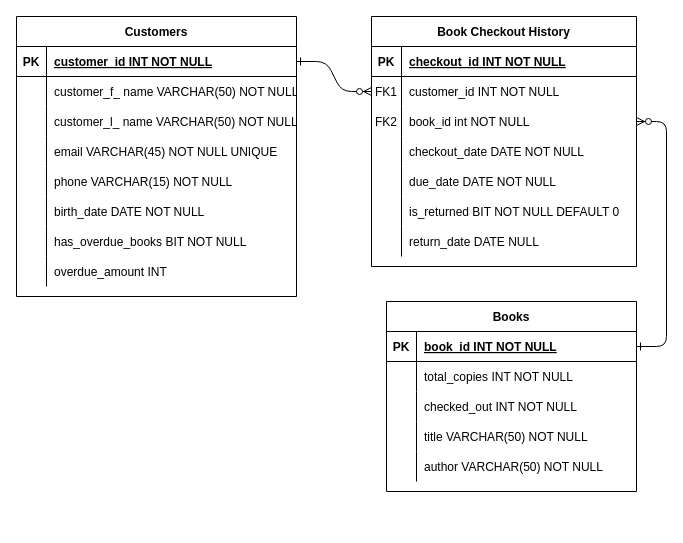
Before: ITSE2333SU25M5MA.drawio in BubbliBlu/projects, a draw.io diagram. Source tidied: cells renumbered, new cells numbered last; positions are measured from the earlier drawing's top-left corner, leaving out a move shared by most shapes. Both pictures are drawn from the tidied source at 100%, with x=0, y=0 at pixel (16, 16).
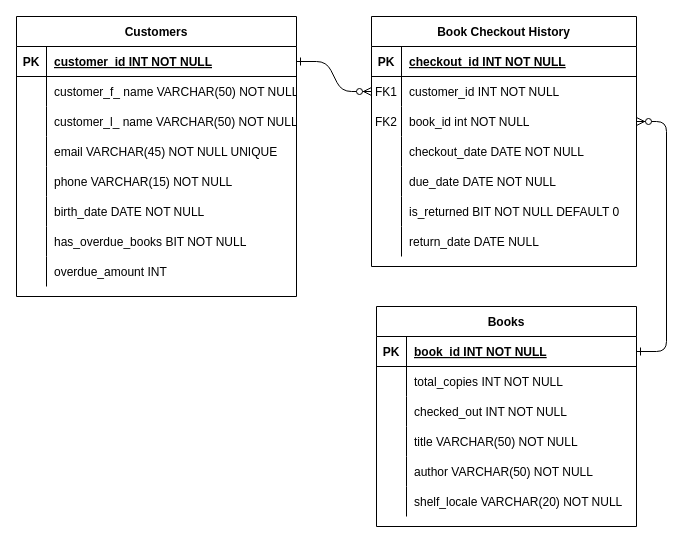
The same page after the edit.

The edit, as a diff of the source:
```diff
@@
     <mxCell id="51" value="Books" style="shape=table;startSize=30;childLayout=tableLayout;rowLines=0;fontStyle=1;align=center;" parent="1" vertex="1">
-      <mxGeometry x="370" y="285" width="250" height="190" as="geometry" />
+      <mxGeometry x="360" y="290" width="260" height="220" as="geometry" />
     </mxCell>
     <mxCell id="52" style="shape=partialRectangle;fillColor=none;points=[[0,0.5],[1,0.5]];portConstraint=eastwest;top=0;left=0;right=0;bottom=1;" parent="51" vertex="1">
-      <mxGeometry y="30" width="250" height="30" as="geometry" />
+      <mxGeometry y="30" width="260" height="30" as="geometry" />
     </mxCell>
@@
     <mxCell id="54" value="book_id INT NOT NULL " style="shape=partialRectangle;overflow=hidden;fillColor=none;top=0;left=0;bottom=0;right=0;align=left;spacingLeft=6;fontStyle=5;" parent="52" vertex="1">
-      <mxGeometry x="30" width="220" height="30" as="geometry" />
+      <mxGeometry x="30" width="230" height="30" as="geometry" />
     </mxCell>
     <mxCell id="55" style="shape=partialRectangle;fillColor=none;top=0;left=0;right=0;bottom=0;" parent="51" vertex="1">
-      <mxGeometry y="60" width="250" height="30" as="geometry" />
+      <mxGeometry y="60" width="260" height="30" as="geometry" />
     </mxCell>
@@
     <mxCell id="57" value="total_copies INT NOT NULL" style="shape=partialRectangle;overflow=hidden;fillColor=none;top=0;left=0;bottom=0;right=0;align=left;spacingLeft=6;" parent="55" vertex="1">
-      <mxGeometry x="30" width="220" height="30" as="geometry" />
+      <mxGeometry x="30" width="230" height="30" as="geometry" />
     </mxCell>
     <mxCell id="58" style="shape=partialRectangle;fillColor=none;top=0;left=0;right=0;bottom=0;" parent="51" vertex="1">
-      <mxGeometry y="90" width="250" height="30" as="geometry" />
+      <mxGeometry y="90" width="260" height="30" as="geometry" />
     </mxCell>
@@
     <mxCell id="60" value="checked_out INT NOT NULL" style="shape=partialRectangle;overflow=hidden;fillColor=none;top=0;left=0;bottom=0;right=0;align=left;spacingLeft=6;" parent="58" vertex="1">
-      <mxGeometry x="30" width="220" height="30" as="geometry" />
+      <mxGeometry x="30" width="230" height="30" as="geometry" />
     </mxCell>
     <mxCell id="61" style="shape=partialRectangle;fillColor=none;top=0;left=0;right=0;bottom=0;" parent="51" vertex="1">
-      <mxGeometry y="120" width="250" height="30" as="geometry" />
+      <mxGeometry y="120" width="260" height="30" as="geometry" />
     </mxCell>
@@
     <mxCell id="63" value="title VARCHAR(50) NOT NULL" style="shape=partialRectangle;overflow=hidden;fillColor=none;top=0;left=0;bottom=0;right=0;align=left;spacingLeft=6;" parent="61" vertex="1">
-      <mxGeometry x="30" width="220" height="30" as="geometry" />
+      <mxGeometry x="30" width="230" height="30" as="geometry" />
     </mxCell>
     <mxCell id="64" style="shape=partialRectangle;fillColor=none;top=0;left=0;right=0;bottom=0;" parent="51" vertex="1">
-      <mxGeometry y="150" width="250" height="30" as="geometry" />
+      <mxGeometry y="150" width="260" height="30" as="geometry" />
     </mxCell>
@@
     <mxCell id="66" value="author VARCHAR(50) NOT NULL" style="shape=partialRectangle;overflow=hidden;fillColor=none;top=0;left=0;bottom=0;right=0;align=left;spacingLeft=6;" parent="64" vertex="1">
-      <mxGeometry x="30" width="220" height="30" as="geometry" />
+      <mxGeometry x="30" width="230" height="30" as="geometry" />
     </mxCell>
+    <mxCell id="67" style="shape=partialRectangle;fillColor=none;top=0;left=0;right=0;bottom=0;" parent="51" vertex="1">
+      <mxGeometry y="180" width="260" height="30" as="geometry" />
+    </mxCell>
+    <mxCell id="68" style="shape=partialRectangle;overflow=hidden;fillColor=none;top=0;left=0;bottom=0;right=0;" parent="67" vertex="1">
+      <mxGeometry width="30" height="30" as="geometry" />
+    </mxCell>
+    <mxCell id="69" value="shelf_locale VARCHAR(20) NOT NULL" style="shape=partialRectangle;overflow=hidden;fillColor=none;top=0;left=0;bottom=0;right=0;align=left;spacingLeft=6;" parent="67" vertex="1">
+      <mxGeometry x="30" width="230" height="30" as="geometry" />
+    </mxCell>
```
